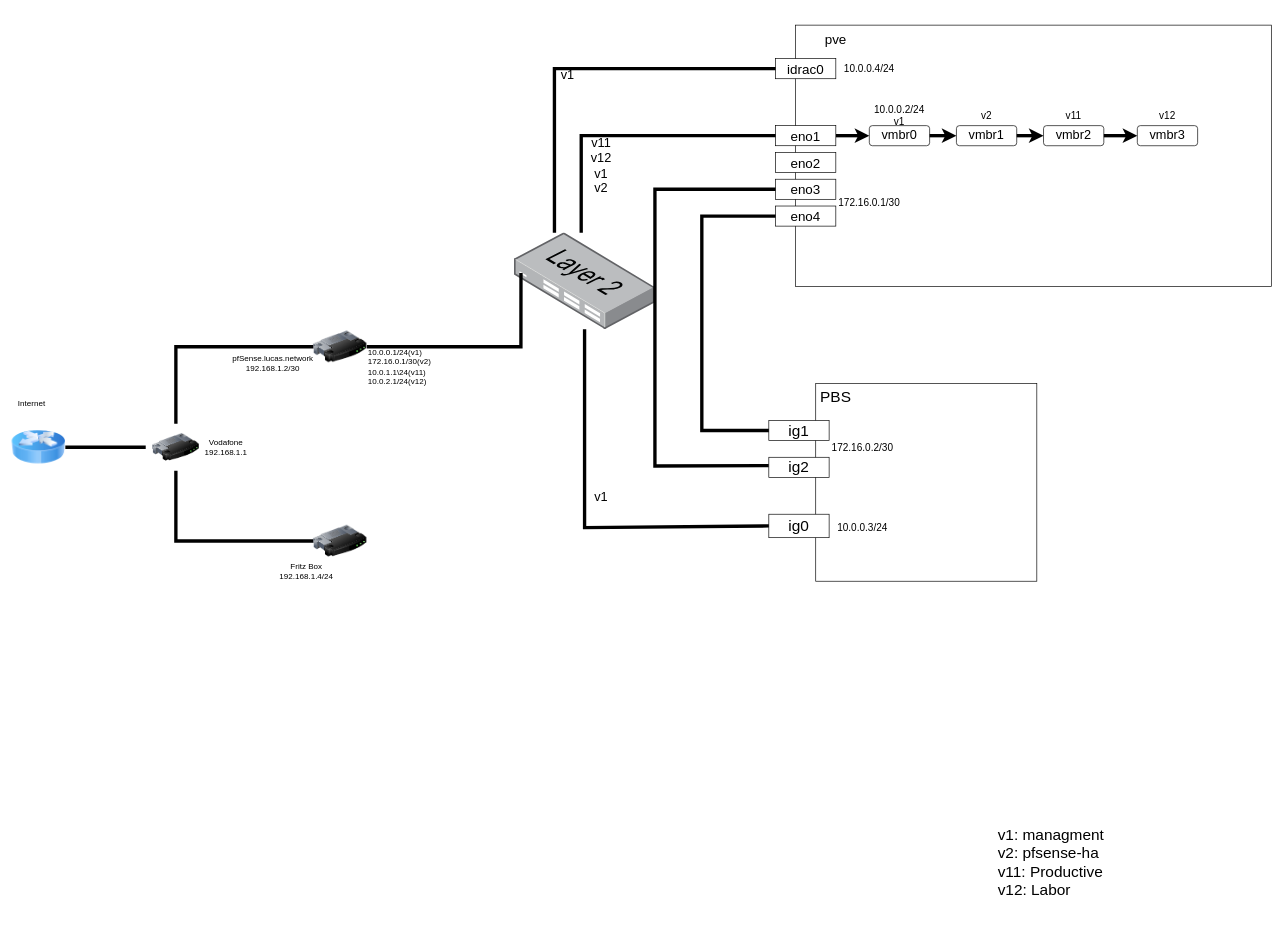
The draw.io diagram Untitled Diagram.drawio in lucpfi/homelab, before the edit. Source tidied: cells renumbered, new cells numbered last; positions are measured from the earlier drawing's top-left corner, leaving out a move shared by most shapes. Both pictures are drawn from the tidied source at 67%, with x=0, y=0 at pixel (11, 11).
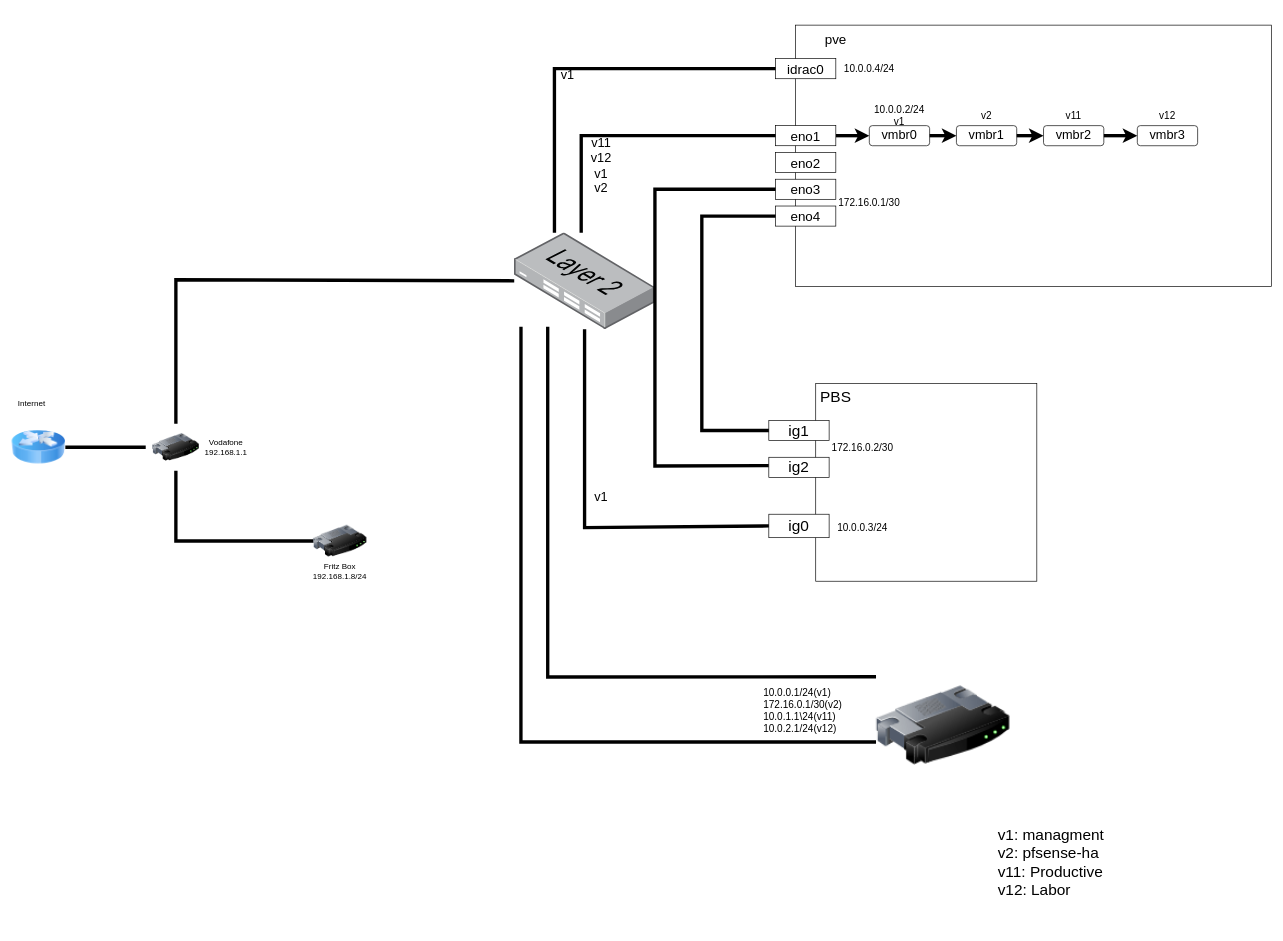
The same page after the edit.

Unchanged cells that the change refers to:
```xml
<mxCell id="2" style="image;html=1;image=img/lib/clip_art/networking/Router_128x128.png;" parent="1" vertex="1">
  <mxGeometry x="210" y="615" width="70" height="70" as="geometry" />
</mxCell>
<mxCell id="13" style="points=[];html=1;align=center;shadow=0;dashed=0;image;image=img/lib/allied_telesis/switch/Switch_24_port_L2.svg;fontSize=20;" parent="1" vertex="1">
  <mxGeometry x="750" y="330" width="210" height="143.9" as="geometry" />
</mxCell>
```

What changed in the source:
```diff
@@
     <mxCell id="3" style="image;html=1;image=img/lib/clip_art/networking/Router_128x128.png;" parent="1" vertex="1">
-      <mxGeometry x="450" y="460" width="80" height="80" as="geometry" />
+      <mxGeometry x="1290" y="920" width="200" height="290" as="geometry" />
     </mxCell>
@@
-    <mxCell id="7" style="endArrow=none;html=1;rounded=0;strokeWidth=5;entryX=0;entryY=0.5;entryDx=0;entryDy=0;exitX=0.5;exitY=0;exitDx=0;exitDy=0;" parent="1" edge="1" source="2" target="3">
+    <mxCell id="7" style="endArrow=none;html=1;rounded=0;strokeWidth=5;exitX=0.5;exitY=0;exitDx=0;exitDy=0;" parent="1" edge="1" source="2" target="13">
       <mxGeometry relative="1" as="geometry">
         <Array as="points">
-          <mxPoint x="245" y="500" />
+          <mxPoint x="245" y="400" />
         </Array>
       </mxGeometry>
     </mxCell>
@@
-    <mxCell id="11" value="Fritz Box&lt;br&gt;192.168.1.4/24" style="text;html=1;strokeColor=none;fillColor=none;align=center;verticalAlign=middle;whiteSpace=wrap;rounded=0;" parent="1" vertex="1">
-      <mxGeometry x="420" y="820" width="40" height="30" as="geometry" />
+    <mxCell id="11" value="Fritz Box&lt;br&gt;192.168.1.8/24" style="text;html=1;strokeColor=none;fillColor=none;align=center;verticalAlign=middle;whiteSpace=wrap;rounded=0;" parent="1" vertex="1">
+      <mxGeometry x="445" y="820" width="90" height="30" as="geometry" />
     </mxCell>
-    <mxCell id="12" value="pfSense.lucas.network&lt;br&gt;192.168.1.2/30" style="text;html=1;strokeColor=none;fillColor=none;align=center;verticalAlign=middle;whiteSpace=wrap;rounded=0;" parent="1" vertex="1">
-      <mxGeometry x="360" y="510" width="60" height="30" as="geometry" />
-    </mxCell>
@@
-    <mxCell id="16" style="endArrow=none;html=1;rounded=0;fontSize=20;strokeWidth=5;entryX=1;entryY=0.5;entryDx=0;entryDy=0;exitX=0.048;exitY=0.417;exitDx=0;exitDy=0;exitPerimeter=0;" parent="1" edge="1" source="13" target="3">
+    <mxCell id="16" style="endArrow=none;html=1;rounded=0;fontSize=20;strokeWidth=5;entryX=0;entryY=0.25;entryDx=0;entryDy=0;exitX=0.238;exitY=0.973;exitDx=0;exitDy=0;exitPerimeter=0;" parent="1" edge="1" source="13" target="3">
       <mxGeometry relative="1" as="geometry">
         <Array as="points">
-          <mxPoint x="760" y="500" />
+          <mxPoint x="800" y="993" />
         </Array>
       </mxGeometry>
     </mxCell>
@@
-    <mxCell id="37" value="10.0.0.1/24(v1)&lt;br&gt;172.16.0.1/30(v2)&lt;br&gt;10.0.1.1\24(v11)&lt;br&gt;10.0.2.1/24(v12)" style="text;html=1;strokeColor=none;fillColor=none;align=left;verticalAlign=middle;whiteSpace=wrap;rounded=0;" parent="1" vertex="1">
-      <mxGeometry x="530" y="505" width="90" height="50" as="geometry" />
+    <mxCell id="37" value="10.0.0.1/24(v1)&lt;br style=&quot;font-size: 15px&quot;&gt;172.16.0.1/30(v2)&lt;br style=&quot;font-size: 15px&quot;&gt;10.0.1.1\24(v11)&lt;br style=&quot;font-size: 15px&quot;&gt;10.0.2.1/24(v12)" style="text;html=1;strokeColor=none;fillColor=none;align=left;verticalAlign=middle;whiteSpace=wrap;rounded=0;fontSize=15;" parent="1" vertex="1">
+      <mxGeometry x="1120" y="1005" width="140" height="75" as="geometry" />
     </mxCell>
@@
+    <mxCell id="53" style="endArrow=none;html=1;rounded=0;fontFamily=Helvetica;fontSize=15;fontColor=default;strokeWidth=5;entryX=0;entryY=0.586;entryDx=0;entryDy=0;entryPerimeter=0;exitX=0.048;exitY=0.973;exitDx=0;exitDy=0;exitPerimeter=0;" parent="1" edge="1" source="13" target="3">
+      <mxGeometry relative="1" as="geometry">
+        <Array as="points">
+          <mxPoint x="760" y="1090" />
+        </Array>
+      </mxGeometry>
+    </mxCell>
```
